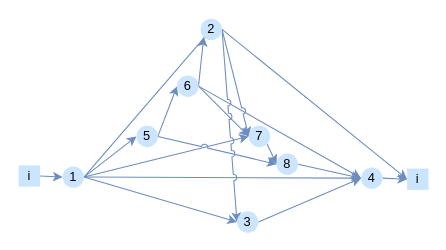
xfl11/xfliu keeps this draw.io diagram as map.drawio. Above is the earlier version. Source tidied: cells renumbered, new cells numbered last; positions are measured from the earlier drawing's top-left corner, leaving out a move shared by most shapes. Both pictures are drawn from the tidied source at 107%, with x=0, y=0 at pixel (18, 18).
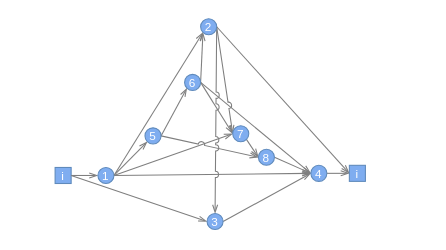
After the change.

Diff of the diagram source:
```diff
@@
-    <mxCell id="2" style="rounded=0;jettySize=auto;html=1;exitX=1;exitY=0.5;exitDx=0;exitDy=0;entryX=0;entryY=0.5;entryDx=0;entryDy=0;fillColor=#dae8fc;gradientColor=#7ea6e0;strokeColor=#6c8ebf;" parent="1" edge="1" source="3" target="9">
+    <mxCell id="2" style="rounded=0;jettySize=auto;html=1;exitX=1;exitY=0.5;exitDx=0;exitDy=0;entryX=0;entryY=0.5;entryDx=0;entryDy=0;fillColor=#dae8fc;gradientColor=#7ea6e0;strokeColor=#7f7f7f;endArrow=openThin;endFill=0;" parent="1" edge="1" source="3" target="9">
       <mxGeometry relative="1" as="geometry" />
     </mxCell>
-    <mxCell id="3" value="i" style="rounded=0;whiteSpace=wrap;fillColor=#cce5ff;strokeColor=none;gradientDirection=radial;" parent="1" vertex="1">
-      <mxGeometry y="137" width="20" height="20" as="geometry" />
+    <mxCell id="3" value="i" style="rounded=0;whiteSpace=wrap;fillColor=#7fadf0;strokeColor=#5f8abb;gradientDirection=radial;fontSize=11;fontColor=#ffffff;" parent="1" vertex="1">
+      <mxGeometry x="34" y="139" width="15" height="15" as="geometry" />
     </mxCell>
-    <mxCell id="4" style="rounded=0;jettySize=auto;html=1;exitX=1;exitY=0.5;exitDx=0;exitDy=0;entryX=0;entryY=0.5;entryDx=0;entryDy=0;fillColor=#dae8fc;gradientColor=#7ea6e0;strokeColor=#6c8ebf;startArrow=none;startFill=0;endArrow=classic;endFill=1;" parent="1" edge="1" source="9" target="12">
+    <mxCell id="4" style="rounded=0;jettySize=auto;html=1;exitX=1;exitY=0.5;exitDx=0;exitDy=0;entryX=0;entryY=1;entryDx=0;entryDy=0;fillColor=#dae8fc;gradientColor=#7ea6e0;strokeColor=#7f7f7f;startArrow=none;startFill=0;endArrow=openThin;endFill=0;" parent="1" edge="1" source="9" target="12">
       <mxGeometry relative="1" as="geometry" />
     </mxCell>
-    <mxCell id="5" style="edgeStyle=none;shape=connector;rounded=0;jettySize=auto;html=1;exitX=1;exitY=0.5;exitDx=0;exitDy=0;labelBackgroundColor=default;strokeColor=#6c8ebf;align=center;verticalAlign=middle;fontFamily=Helvetica;fontSize=11;fontColor=default;startArrow=none;startFill=0;endArrow=classic;endFill=1;fillColor=#dae8fc;gradientColor=#7ea6e0;jumpStyle=arc;" parent="1" edge="1" source="9">
-      <mxGeometry relative="1" as="geometry">
-        <mxPoint x="180" y="10" as="targetPoint" />
-      </mxGeometry>
+    <mxCell id="5" style="edgeStyle=none;shape=connector;rounded=0;jettySize=auto;html=1;exitX=1;exitY=0.5;exitDx=0;exitDy=0;labelBackgroundColor=default;strokeColor=#7f7f7f;align=center;verticalAlign=middle;fontFamily=Helvetica;fontSize=11;fontColor=default;startArrow=none;startFill=0;endArrow=openThin;endFill=0;fillColor=#dae8fc;gradientColor=#7ea6e0;jumpStyle=arc;entryX=0;entryY=1;entryDx=0;entryDy=0;" parent="1" edge="1" source="9" target="20">
+      <mxGeometry relative="1" as="geometry" />
     </mxCell>
-    <mxCell id="6" style="edgeStyle=none;shape=connector;rounded=0;jumpStyle=arc;jettySize=auto;html=1;exitX=1;exitY=0.5;exitDx=0;exitDy=0;labelBackgroundColor=default;strokeColor=#6c8ebf;align=center;verticalAlign=middle;fontFamily=Helvetica;fontSize=11;fontColor=default;startArrow=none;startFill=0;endArrow=classic;endFill=1;fillColor=#dae8fc;gradientColor=#7ea6e0;entryX=0;entryY=0.5;entryDx=0;entryDy=0;" parent="1" edge="1" source="9" target="24">
+    <mxCell id="6" style="edgeStyle=none;shape=connector;rounded=0;jumpStyle=arc;jettySize=auto;html=1;exitX=1;exitY=0.5;exitDx=0;exitDy=0;labelBackgroundColor=default;strokeColor=#7f7f7f;align=center;verticalAlign=middle;fontFamily=Helvetica;fontSize=11;fontColor=default;startArrow=none;startFill=0;endArrow=openThin;endFill=0;fillColor=#dae8fc;gradientColor=#7ea6e0;entryX=0;entryY=0.5;entryDx=0;entryDy=0;" parent="1" edge="1" source="9" target="24">
       <mxGeometry relative="1" as="geometry" />
     </mxCell>
-    <mxCell id="7" style="edgeStyle=none;shape=connector;rounded=0;jumpStyle=arc;jettySize=auto;html=1;exitX=1;exitY=0.5;exitDx=0;exitDy=0;entryX=0;entryY=0.5;entryDx=0;entryDy=0;labelBackgroundColor=default;strokeColor=#6c8ebf;align=center;verticalAlign=middle;fontFamily=Helvetica;fontSize=11;fontColor=default;startArrow=none;startFill=0;endArrow=classic;endFill=1;fillColor=#dae8fc;gradientColor=#7ea6e0;" parent="1" edge="1" source="9" target="28">
+    <mxCell id="7" style="edgeStyle=none;shape=connector;rounded=0;jumpStyle=arc;jettySize=auto;html=1;exitX=1;exitY=0.5;exitDx=0;exitDy=0;entryX=0;entryY=0.5;entryDx=0;entryDy=0;labelBackgroundColor=default;strokeColor=#7f7f7f;align=center;verticalAlign=middle;fontFamily=Helvetica;fontSize=11;fontColor=default;startArrow=none;startFill=0;endArrow=openThin;endFill=0;fillColor=#dae8fc;gradientColor=#7ea6e0;" parent="1" edge="1" source="9" target="28">
       <mxGeometry relative="1" as="geometry" />
     </mxCell>
-    <mxCell id="8" style="edgeStyle=none;shape=connector;rounded=0;jumpStyle=arc;jettySize=auto;html=1;exitX=1;exitY=0.5;exitDx=0;exitDy=0;entryX=0;entryY=0.5;entryDx=0;entryDy=0;labelBackgroundColor=default;strokeColor=#6c8ebf;align=center;verticalAlign=middle;fontFamily=Helvetica;fontSize=11;fontColor=default;startArrow=none;startFill=0;endArrow=classic;endFill=1;fillColor=#dae8fc;gradientColor=#7ea6e0;" parent="1" edge="1" source="9" target="22">
+    <mxCell id="8" style="edgeStyle=none;shape=connector;rounded=0;jumpStyle=arc;jettySize=auto;html=1;exitX=1;exitY=0.5;exitDx=0;exitDy=0;entryX=0;entryY=0.5;entryDx=0;entryDy=0;labelBackgroundColor=default;strokeColor=#7f7f7f;align=center;verticalAlign=middle;fontFamily=Helvetica;fontSize=11;fontColor=default;startArrow=none;startFill=0;endArrow=openThin;endFill=0;fillColor=#dae8fc;gradientColor=#7ea6e0;" parent="1" edge="1" source="3" target="22">
       <mxGeometry relative="1" as="geometry" />
     </mxCell>
-    <mxCell id="9" value="1" style="ellipse;whiteSpace=wrap;html=1;fillColor=#cce5ff;strokeColor=none;" parent="1" vertex="1">
-      <mxGeometry x="41" y="138" width="20" height="20" as="geometry" />
+    <mxCell id="9" value="1" style="ellipse;whiteSpace=wrap;html=1;fillColor=#7fadf0;strokeColor=#5f8abb;fontSize=11;fontColor=#ffffff;" parent="1" vertex="1">
+      <mxGeometry x="74" y="139" width="15" height="15" as="geometry" />
     </mxCell>
-    <mxCell id="10" style="edgeStyle=none;shape=connector;rounded=0;jettySize=auto;html=1;exitX=1;exitY=0.5;exitDx=0;exitDy=0;entryX=0;entryY=0.5;entryDx=0;entryDy=0;labelBackgroundColor=default;strokeColor=#6c8ebf;align=center;verticalAlign=middle;fontFamily=Helvetica;fontSize=11;fontColor=default;startArrow=none;startFill=0;endArrow=classic;endFill=1;fillColor=#dae8fc;gradientColor=#7ea6e0;" parent="1" edge="1" source="12" target="16">
+    <mxCell id="10" style="edgeStyle=none;shape=connector;rounded=0;jettySize=auto;html=1;exitX=1;exitY=0.5;exitDx=0;exitDy=0;entryX=0;entryY=1;entryDx=0;entryDy=0;labelBackgroundColor=default;strokeColor=#7f7f7f;align=center;verticalAlign=middle;fontFamily=Helvetica;fontSize=11;fontColor=default;startArrow=none;startFill=0;endArrow=openThin;endFill=0;fillColor=#dae8fc;gradientColor=#7ea6e0;" parent="1" edge="1" source="12" target="16">
       <mxGeometry relative="1" as="geometry" />
     </mxCell>
-    <mxCell id="11" style="edgeStyle=none;shape=connector;rounded=0;jumpStyle=arc;jettySize=auto;html=1;exitX=1;exitY=0.5;exitDx=0;exitDy=0;entryX=0;entryY=0.5;entryDx=0;entryDy=0;labelBackgroundColor=default;strokeColor=#6c8ebf;align=center;verticalAlign=middle;fontFamily=Helvetica;fontSize=11;fontColor=default;startArrow=none;startFill=0;endArrow=classic;endFill=1;fillColor=#dae8fc;gradientColor=#7ea6e0;" parent="1" edge="1" source="12" target="26">
+    <mxCell id="11" style="edgeStyle=none;shape=connector;rounded=0;jumpStyle=arc;jettySize=auto;html=1;exitX=1;exitY=0.5;exitDx=0;exitDy=0;entryX=0;entryY=0.5;entryDx=0;entryDy=0;labelBackgroundColor=default;strokeColor=#7f7f7f;align=center;verticalAlign=middle;fontFamily=Helvetica;fontSize=11;fontColor=default;startArrow=none;startFill=0;endArrow=openThin;endFill=0;fillColor=#dae8fc;gradientColor=#7ea6e0;" parent="1" edge="1" source="12" target="26">
       <mxGeometry relative="1" as="geometry" />
     </mxCell>
-    <mxCell id="12" value="5" style="ellipse;whiteSpace=wrap;html=1;fillColor=#cce5ff;strokeColor=none;" parent="1" vertex="1">
-      <mxGeometry x="110" y="100" width="20" height="20" as="geometry" />
+    <mxCell id="12" value="5" style="ellipse;whiteSpace=wrap;html=1;fillColor=#7fadf0;strokeColor=#5f8abb;fontSize=11;fontColor=#ffffff;" parent="1" vertex="1">
+      <mxGeometry x="118" y="102" width="15" height="15" as="geometry" />
     </mxCell>
-    <mxCell id="13" style="edgeStyle=none;shape=connector;rounded=0;jettySize=auto;html=1;exitX=1;exitY=0.5;exitDx=0;exitDy=0;entryX=0;entryY=1;entryDx=0;entryDy=0;labelBackgroundColor=default;strokeColor=#6c8ebf;align=center;verticalAlign=middle;fontFamily=Helvetica;fontSize=11;fontColor=default;startArrow=none;startFill=0;endArrow=classic;endFill=1;fillColor=#dae8fc;gradientColor=#7ea6e0;" parent="1" edge="1" source="16" target="20">
+    <mxCell id="13" style="edgeStyle=none;shape=connector;rounded=0;jettySize=auto;html=1;exitX=1;exitY=0.5;exitDx=0;exitDy=0;entryX=0;entryY=1;entryDx=0;entryDy=0;labelBackgroundColor=default;strokeColor=#7f7f7f;align=center;verticalAlign=middle;fontFamily=Helvetica;fontSize=11;fontColor=default;startArrow=none;startFill=0;endArrow=openThin;endFill=0;fillColor=#dae8fc;gradientColor=#7ea6e0;" parent="1" edge="1" source="16" target="20">
       <mxGeometry relative="1" as="geometry" />
     </mxCell>
-    <mxCell id="14" style="edgeStyle=none;shape=connector;rounded=0;jumpStyle=arc;jettySize=auto;html=1;exitX=1;exitY=0.5;exitDx=0;exitDy=0;entryX=0;entryY=0.5;entryDx=0;entryDy=0;labelBackgroundColor=default;strokeColor=#6c8ebf;align=center;verticalAlign=middle;fontFamily=Helvetica;fontSize=11;fontColor=default;startArrow=none;startFill=0;endArrow=classic;endFill=1;fillColor=#dae8fc;gradientColor=#7ea6e0;" parent="1" edge="1" source="16" target="24">
+    <mxCell id="14" style="edgeStyle=none;shape=connector;rounded=0;jumpStyle=arc;jettySize=auto;html=1;exitX=1;exitY=0.5;exitDx=0;exitDy=0;entryX=0;entryY=0.5;entryDx=0;entryDy=0;labelBackgroundColor=default;strokeColor=#7f7f7f;align=center;verticalAlign=middle;fontFamily=Helvetica;fontSize=11;fontColor=default;startArrow=none;startFill=0;endArrow=openThin;endFill=0;fillColor=#dae8fc;gradientColor=#7ea6e0;" parent="1" edge="1" source="16" target="24">
       <mxGeometry relative="1" as="geometry" />
     </mxCell>
-    <mxCell id="15" style="edgeStyle=none;shape=connector;rounded=0;jumpStyle=arc;jettySize=auto;html=1;exitX=1;exitY=0.5;exitDx=0;exitDy=0;entryX=0;entryY=0.5;entryDx=0;entryDy=0;labelBackgroundColor=default;strokeColor=#6c8ebf;align=center;verticalAlign=middle;fontFamily=Helvetica;fontSize=11;fontColor=default;startArrow=none;startFill=0;endArrow=classic;endFill=1;fillColor=#dae8fc;gradientColor=#7ea6e0;" parent="1" edge="1" source="16" target="28">
+    <mxCell id="15" style="edgeStyle=none;shape=connector;rounded=0;jumpStyle=arc;jettySize=auto;html=1;exitX=1;exitY=0.5;exitDx=0;exitDy=0;entryX=0;entryY=0.5;entryDx=0;entryDy=0;labelBackgroundColor=default;strokeColor=#7f7f7f;align=center;verticalAlign=middle;fontFamily=Helvetica;fontSize=11;fontColor=default;startArrow=none;startFill=0;endArrow=openThin;endFill=0;fillColor=#dae8fc;gradientColor=#7ea6e0;" parent="1" edge="1" source="16" target="28">
       <mxGeometry relative="1" as="geometry" />
     </mxCell>
-    <mxCell id="16" value="6" style="ellipse;whiteSpace=wrap;html=1;fillColor=#cce5ff;strokeColor=none;" parent="1" vertex="1">
-      <mxGeometry x="148" y="53" width="20" height="20" as="geometry" />
+    <mxCell id="16" value="6" style="ellipse;whiteSpace=wrap;html=1;fillColor=#7fadf0;strokeColor=#5f8abb;fontSize=11;fontColor=#ffffff;" parent="1" vertex="1">
+      <mxGeometry x="155" y="52" width="15" height="15" as="geometry" />
     </mxCell>
-    <mxCell id="17" style="edgeStyle=none;shape=connector;rounded=0;jumpStyle=arc;jettySize=auto;html=1;exitX=1;exitY=0.5;exitDx=0;exitDy=0;entryX=0;entryY=0.5;entryDx=0;entryDy=0;labelBackgroundColor=default;strokeColor=#6c8ebf;align=center;verticalAlign=middle;fontFamily=Helvetica;fontSize=11;fontColor=default;startArrow=none;startFill=0;endArrow=classic;endFill=1;fillColor=#dae8fc;gradientColor=#7ea6e0;" parent="1" edge="1" source="20" target="22">
+    <mxCell id="17" style="edgeStyle=none;shape=connector;rounded=0;jumpStyle=arc;jettySize=auto;html=1;exitX=1;exitY=0.5;exitDx=0;exitDy=0;entryX=0.5;entryY=0;entryDx=0;entryDy=0;labelBackgroundColor=default;strokeColor=#7f7f7f;align=center;verticalAlign=middle;fontFamily=Helvetica;fontSize=11;fontColor=default;startArrow=none;startFill=0;endArrow=openThin;endFill=0;fillColor=#dae8fc;gradientColor=#7ea6e0;" parent="1" edge="1" source="20" target="22">
       <mxGeometry relative="1" as="geometry" />
     </mxCell>
-    <mxCell id="18" style="edgeStyle=none;shape=connector;rounded=0;jumpStyle=arc;jettySize=auto;html=1;exitX=1;exitY=0.5;exitDx=0;exitDy=0;entryX=0;entryY=0.5;entryDx=0;entryDy=0;labelBackgroundColor=default;strokeColor=#6c8ebf;align=center;verticalAlign=middle;fontFamily=Helvetica;fontSize=11;fontColor=default;startArrow=none;startFill=0;endArrow=classic;endFill=1;fillColor=#dae8fc;gradientColor=#7ea6e0;" parent="1" edge="1" source="20" target="24">
+    <mxCell id="18" style="edgeStyle=none;shape=connector;rounded=0;jumpStyle=arc;jettySize=auto;html=1;exitX=1;exitY=0.5;exitDx=0;exitDy=0;entryX=0;entryY=0.5;entryDx=0;entryDy=0;labelBackgroundColor=default;strokeColor=#7f7f7f;align=center;verticalAlign=middle;fontFamily=Helvetica;fontSize=11;fontColor=default;startArrow=none;startFill=0;endArrow=openThin;endFill=0;fillColor=#dae8fc;gradientColor=#7ea6e0;" parent="1" edge="1" source="20" target="24">
       <mxGeometry relative="1" as="geometry" />
     </mxCell>
-    <mxCell id="19" style="edgeStyle=none;shape=connector;rounded=0;jumpStyle=arc;jettySize=auto;html=1;exitX=1;exitY=0.5;exitDx=0;exitDy=0;entryX=0;entryY=0.5;entryDx=0;entryDy=0;labelBackgroundColor=default;strokeColor=#6c8ebf;align=center;verticalAlign=middle;fontFamily=Helvetica;fontSize=11;fontColor=default;startArrow=none;startFill=0;endArrow=classic;endFill=1;fillColor=#dae8fc;gradientColor=#7ea6e0;" parent="1" edge="1" source="20" target="29">
+    <mxCell id="19" style="edgeStyle=none;shape=connector;rounded=0;jumpStyle=arc;jettySize=auto;html=1;exitX=1;exitY=0.5;exitDx=0;exitDy=0;entryX=0;entryY=0.5;entryDx=0;entryDy=0;labelBackgroundColor=default;strokeColor=#7f7f7f;align=center;verticalAlign=middle;fontFamily=Helvetica;fontSize=11;fontColor=default;startArrow=none;startFill=0;endArrow=openThin;endFill=0;fillColor=#dae8fc;gradientColor=#7ea6e0;" parent="1" edge="1" source="20" target="29">
       <mxGeometry relative="1" as="geometry" />
     </mxCell>
-    <mxCell id="20" value="2" style="ellipse;whiteSpace=wrap;html=1;fillColor=#cce5ff;strokeColor=none;" parent="1" vertex="1">
-      <mxGeometry x="170" width="20" height="20" as="geometry" />
+    <mxCell id="20" value="2" style="ellipse;whiteSpace=wrap;html=1;fillColor=#7fadf0;strokeColor=#5f8abb;fontSize=11;fontColor=#ffffff;" parent="1" vertex="1">
+      <mxGeometry x="170" width="15" height="15" as="geometry" />
     </mxCell>
-    <mxCell id="21" style="edgeStyle=none;shape=connector;rounded=0;jumpStyle=arc;jettySize=auto;html=1;exitX=1;exitY=0.5;exitDx=0;exitDy=0;entryX=0;entryY=0.5;entryDx=0;entryDy=0;labelBackgroundColor=default;strokeColor=#6c8ebf;align=center;verticalAlign=middle;fontFamily=Helvetica;fontSize=11;fontColor=default;startArrow=none;startFill=0;endArrow=classic;endFill=1;fillColor=#dae8fc;gradientColor=#7ea6e0;" parent="1" edge="1" source="22" target="28">
+    <mxCell id="21" style="edgeStyle=none;shape=connector;rounded=0;jumpStyle=arc;jettySize=auto;html=1;exitX=1;exitY=0.5;exitDx=0;exitDy=0;entryX=0;entryY=0.5;entryDx=0;entryDy=0;labelBackgroundColor=default;strokeColor=#7F7F7F;align=center;verticalAlign=middle;fontFamily=Helvetica;fontSize=11;fontColor=default;startArrow=none;startFill=0;endArrow=openThin;endFill=0;fillColor=#dae8fc;gradientColor=#7ea6e0;" parent="1" edge="1" source="22" target="28">
       <mxGeometry relative="1" as="geometry" />
     </mxCell>
-    <mxCell id="22" value="3" style="ellipse;whiteSpace=wrap;html=1;fillColor=#cce5ff;strokeColor=none;" parent="1" vertex="1">
-      <mxGeometry x="204" y="180" width="20" height="20" as="geometry" />
+    <mxCell id="22" value="3" style="ellipse;whiteSpace=wrap;html=1;fillColor=#7fadf0;strokeColor=#5f8abb;fontSize=11;fontColor=#ffffff;" parent="1" vertex="1">
+      <mxGeometry x="176" y="182" width="15" height="15" as="geometry" />
     </mxCell>
-    <mxCell id="23" style="edgeStyle=none;shape=connector;rounded=0;jumpStyle=arc;jettySize=auto;html=1;exitX=1;exitY=1;exitDx=0;exitDy=0;entryX=0;entryY=0.5;entryDx=0;entryDy=0;labelBackgroundColor=default;strokeColor=#6c8ebf;align=center;verticalAlign=middle;fontFamily=Helvetica;fontSize=11;fontColor=default;startArrow=none;startFill=0;endArrow=classic;endFill=1;fillColor=#dae8fc;gradientColor=#7ea6e0;" parent="1" edge="1" source="24" target="26">
+    <mxCell id="23" style="edgeStyle=none;shape=connector;rounded=0;jumpStyle=arc;jettySize=auto;html=1;exitX=1;exitY=1;exitDx=0;exitDy=0;entryX=0;entryY=0.5;entryDx=0;entryDy=0;labelBackgroundColor=default;strokeColor=#7F7F7F;align=center;verticalAlign=middle;fontFamily=Helvetica;fontSize=11;fontColor=default;startArrow=none;startFill=0;endArrow=openThin;endFill=0;fillColor=#dae8fc;gradientColor=#7ea6e0;" parent="1" edge="1" source="24" target="26">
       <mxGeometry relative="1" as="geometry" />
     </mxCell>
-    <mxCell id="24" value="7" style="ellipse;whiteSpace=wrap;html=1;fillColor=#cce5ff;strokeColor=none;" parent="1" vertex="1">
-      <mxGeometry x="215" y="100" width="20" height="20" as="geometry" />
+    <mxCell id="24" value="7" style="ellipse;whiteSpace=wrap;html=1;fillColor=#7fadf0;strokeColor=#5f8abb;fontSize=11;fontColor=#ffffff;" parent="1" vertex="1">
+      <mxGeometry x="200" y="100" width="15" height="15" as="geometry" />
     </mxCell>
-    <mxCell id="25" style="edgeStyle=none;shape=connector;rounded=0;jumpStyle=arc;jettySize=auto;html=1;exitX=1;exitY=0.5;exitDx=0;exitDy=0;entryX=0;entryY=0.5;entryDx=0;entryDy=0;labelBackgroundColor=default;strokeColor=#6c8ebf;align=center;verticalAlign=middle;fontFamily=Helvetica;fontSize=11;fontColor=default;startArrow=none;startFill=0;endArrow=classic;endFill=1;fillColor=#dae8fc;gradientColor=#7ea6e0;" parent="1" edge="1" source="26" target="28">
+    <mxCell id="25" style="edgeStyle=none;shape=connector;rounded=0;jumpStyle=arc;jettySize=auto;html=1;exitX=1;exitY=0.5;exitDx=0;exitDy=0;entryX=0;entryY=0.5;entryDx=0;entryDy=0;labelBackgroundColor=default;strokeColor=#7f7f7f;align=center;verticalAlign=middle;fontFamily=Helvetica;fontSize=11;fontColor=default;startArrow=none;startFill=0;endArrow=openThin;endFill=0;fillColor=#dae8fc;gradientColor=#7ea6e0;" parent="1" edge="1" source="26" target="28">
       <mxGeometry relative="1" as="geometry" />
     </mxCell>
-    <mxCell id="26" value="8" style="ellipse;whiteSpace=wrap;html=1;fillColor=#cce5ff;strokeColor=none;" parent="1" vertex="1">
-      <mxGeometry x="241" y="126" width="20" height="20" as="geometry" />
+    <mxCell id="26" value="8" style="ellipse;whiteSpace=wrap;html=1;fillColor=#7fadf0;strokeColor=#5f8abb;fontSize=11;fontColor=#ffffff;" parent="1" vertex="1">
+      <mxGeometry x="224" y="122" width="15" height="15" as="geometry" />
     </mxCell>
-    <mxCell id="27" style="edgeStyle=none;shape=connector;rounded=0;jumpStyle=arc;jettySize=auto;html=1;exitX=1;exitY=0.5;exitDx=0;exitDy=0;entryX=0;entryY=0.5;entryDx=0;entryDy=0;labelBackgroundColor=default;strokeColor=#6c8ebf;align=center;verticalAlign=middle;fontFamily=Helvetica;fontSize=11;fontColor=default;startArrow=none;startFill=0;endArrow=classic;endFill=1;fillColor=#dae8fc;gradientColor=#7ea6e0;" parent="1" edge="1" source="28" target="29">
+    <mxCell id="27" style="edgeStyle=none;shape=connector;rounded=0;jumpStyle=arc;jettySize=auto;html=1;exitX=1;exitY=0.5;exitDx=0;exitDy=0;entryX=0;entryY=0.5;entryDx=0;entryDy=0;labelBackgroundColor=default;strokeColor=#7f7f7f;align=center;verticalAlign=middle;fontFamily=Helvetica;fontSize=11;fontColor=default;startArrow=none;startFill=0;endArrow=openThin;endFill=0;fillColor=#dae8fc;gradientColor=#7ea6e0;" parent="1" edge="1" source="28" target="29">
       <mxGeometry relative="1" as="geometry" />
     </mxCell>
-    <mxCell id="28" value="4" style="ellipse;whiteSpace=wrap;html=1;fillColor=#cce5ff;strokeColor=none;" parent="1" vertex="1">
-      <mxGeometry x="320" y="139" width="20" height="20" as="geometry" />
+    <mxCell id="28" value="4" style="ellipse;whiteSpace=wrap;html=1;fillColor=#7fadf0;strokeColor=#5f8abb;fontSize=11;fontColor=#ffffff;" parent="1" vertex="1">
+      <mxGeometry x="273" y="137" width="15" height="15" as="geometry" />
     </mxCell>
-    <mxCell id="29" value="i" style="rounded=0;whiteSpace=wrap;fillColor=#cce5ff;strokeColor=none;gradientDirection=radial;" parent="1" vertex="1">
-      <mxGeometry x="363" y="140" width="20" height="20" as="geometry" />
+    <mxCell id="29" value="i" style="rounded=0;whiteSpace=wrap;fillColor=#7fadf0;strokeColor=#5f8abb;gradientDirection=radial;fontSize=11;fontColor=#ffffff;" parent="1" vertex="1">
+      <mxGeometry x="309" y="137" width="15" height="15" as="geometry" />
     </mxCell>
```
